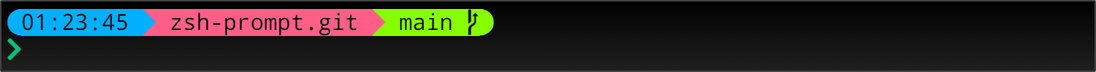
Above: docs/images/multiline2.drawio.png in MickaelBlet/Promptor (draw.io), before the change. Source tidied: cells renumbered, new cells last; positions are measured from the earlier drawing's top-left corner, leaving out a move shared by most shapes.
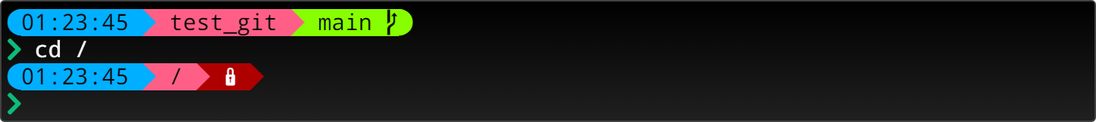
The same file after the commit.

Change to the diagram source:
```diff
@@ -2,11 +2,11 @@
   <root>
     <mxCell id="0" />
     <mxCell id="1" parent="0" />
-    <mxCell id="2" style="rounded=1;whiteSpace=wrap;html=1;arcSize=1;fillColor=#000000;strokeColor=#424242;gradientColor=#202020;gradientDirection=south;" parent="1" vertex="1">
-      <mxGeometry width="730" height="47" as="geometry" />
+    <mxCell id="2" style="rounded=1;whiteSpace=wrap;html=1;arcSize=5;fillColor=#000000;strokeColor=#424242;gradientColor=#202020;gradientDirection=south;absoluteArcSize=1;" parent="1" vertex="1">
+      <mxGeometry width="730" height="80" as="geometry" />
     </mxCell>
-    <mxCell id="3" value="&lt;div&gt;&lt;div&gt;&lt;div&gt;&lt;span style=&quot;color: rgb(0 , 175 , 255)&quot;&gt;&lt;/span&gt;&lt;span style=&quot;color: rgb(8 , 8 , 8) ; background-color: rgb(0 , 175 , 255)&quot;&gt;01:23:45&amp;nbsp;&lt;/span&gt;&lt;span style=&quot;color: rgb(0 , 175 , 255) ; background-color: rgb(255 , 95 , 135)&quot;&gt;&lt;/span&gt;&lt;span style=&quot;color: rgb(8 , 8 , 8) ; background-color: rgb(255 , 95 , 135)&quot;&gt; zsh-prompt.git &lt;/span&gt;&lt;span style=&quot;color: rgb(0 , 0 , 0) ; background-color: rgb(135 , 255 , 0)&quot;&gt;&lt;span style=&quot;color: rgb(255 , 95 , 135)&quot;&gt;&lt;/span&gt;&lt;span style=&quot;color: rgb(8 , 8 , 8)&quot;&gt; main &lt;/span&gt;&lt;/span&gt;&lt;font color=&quot;#87ff00&quot;&gt;&lt;/font&gt;&lt;font color=&quot;#000000&quot;&gt;  &lt;/font&gt;&lt;/div&gt;&lt;div style=&quot;color: rgb(0 , 0 , 0)&quot;&gt;&lt;span style=&quot;color: #0dbc79&quot;&gt;&lt;/span&gt;&lt;/div&gt;&lt;/div&gt;&lt;/div&gt;" style="text;align=left;verticalAlign=bottom;rounded=0;fontFamily=DroidSansM Nerd Font;fontSize=15;fillColor=none;arcSize=0;spacing=0;fontColor=#FFFFFF;labelBackgroundColor=none;html=1;labelBorderColor=none;" parent="1" vertex="1">
-      <mxGeometry x="5" y="5" width="720" height="37" as="geometry" />
+    <mxCell id="3" value="&lt;div&gt;&lt;div&gt;&lt;div&gt;&lt;span style=&quot;color: rgb(0 , 175 , 255)&quot;&gt;&lt;/span&gt;&lt;span style=&quot;color: rgb(8 , 8 , 8) ; background-color: rgb(0 , 175 , 255)&quot;&gt;01:23:45&amp;nbsp;&lt;/span&gt;&lt;span style=&quot;color: rgb(0 , 175 , 255) ; background-color: rgb(255 , 95 , 135)&quot;&gt;&lt;/span&gt;&lt;span style=&quot;color: rgb(8 , 8 , 8) ; background-color: rgb(255 , 95 , 135)&quot;&gt;&amp;nbsp;test_git&amp;nbsp;&lt;/span&gt;&lt;span style=&quot;color: rgb(0 , 0 , 0) ; background-color: rgb(135 , 255 , 0)&quot;&gt;&lt;span style=&quot;color: rgb(255 , 95 , 135)&quot;&gt;&lt;/span&gt;&lt;span style=&quot;color: rgb(8 , 8 , 8)&quot;&gt; main &lt;/span&gt;&lt;/span&gt;&lt;font color=&quot;#87ff00&quot;&gt;&lt;/font&gt;&lt;font color=&quot;#000000&quot;&gt;  &lt;/font&gt;&lt;/div&gt;&lt;div&gt;&lt;span style=&quot;color: rgb(13 , 188 , 121)&quot;&gt; &lt;/span&gt;cd /&lt;/div&gt;&lt;/div&gt;&lt;/div&gt;&lt;div&gt;&lt;div&gt;&lt;span style=&quot;color: rgb(0 , 175 , 255)&quot;&gt;&lt;/span&gt;&lt;span style=&quot;color: rgb(8 , 8 , 8) ; background-color: rgb(0 , 175 , 255)&quot;&gt;01:23:45&amp;nbsp;&lt;/span&gt;&lt;span style=&quot;color: rgb(0 , 175 , 255) ; background-color: rgb(255 , 95 , 135)&quot;&gt;&lt;/span&gt;&lt;span style=&quot;color: rgb(8 , 8 , 8) ; background-color: rgb(255 , 95 , 135)&quot;&gt;&amp;nbsp;/&amp;nbsp;&lt;/span&gt;&lt;span style=&quot;color: rgb(0 , 0 , 0)&quot;&gt;&lt;span style=&quot;color: rgb(255 , 95 , 135) ; background-color: rgb(175 , 0 , 0)&quot;&gt;&lt;/span&gt;&lt;/span&gt;&lt;span style=&quot;font-family: &amp;#34;droidsansm nerd font mono&amp;#34; , monospace ; text-align: center ; background-color: rgb(175 , 0 , 0)&quot;&gt;&lt;font color=&quot;#005faf&quot;&gt;&amp;nbsp;&lt;/font&gt;&lt;/span&gt;&lt;span style=&quot;font-family: &amp;#34;droidsansm nerd font&amp;#34; , monospace ; background-color: rgb(175 , 0 , 0)&quot;&gt;&amp;nbsp;&lt;/span&gt;&lt;span style=&quot;font-family: &amp;#34;droidsansm nerd font mono&amp;#34; , monospace ; text-align: center&quot;&gt;&lt;font color=&quot;#af0000&quot;&gt;&lt;/font&gt;&lt;/span&gt;&lt;/div&gt;&lt;div&gt;&lt;span style=&quot;color: rgb(13 , 188 , 121)&quot;&gt;&lt;/span&gt;&lt;/div&gt;&lt;/div&gt;" style="text;align=left;verticalAlign=bottom;rounded=0;fontFamily=DroidSansM Nerd Font;fontSize=15;fillColor=none;arcSize=0;spacing=0;fontColor=#FFFFFF;labelBackgroundColor=none;html=1;labelBorderColor=none;" parent="1" vertex="1">
+      <mxGeometry x="5" y="5" width="720" height="73" as="geometry" />
     </mxCell>
   </root>
 </mxGraphModel>
```
